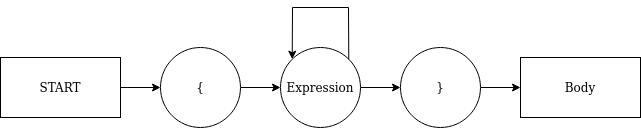
Above: images/parser/rubigo_body_parser_fsm.png in Blinningjr/rubigo-lang (draw.io), before the change. Source tidied: cells renumbered, new cells last; positions are measured from the earlier drawing's top-left corner, leaving out a move shared by most shapes.
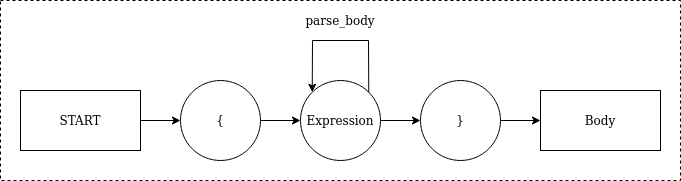
After the change.

Change to the diagram source:
```diff
@@ -2,6 +2,9 @@
   <root>
     <mxCell id="0" />
     <mxCell id="1" parent="0" />
+    <mxCell id="12" style="rounded=0;whiteSpace=wrap;html=1;dashed=1;" parent="1" vertex="1">
+      <mxGeometry x="-20" y="-40" width="680" height="180" as="geometry" />
+    </mxCell>
     <mxCell id="2" style="edgeStyle=orthogonalEdgeStyle;rounded=0;jettySize=auto;html=1;exitX=1;exitY=0.5;exitDx=0;exitDy=0;entryX=0;entryY=0.5;entryDx=0;entryDy=0;" parent="1" edge="1" source="3" target="6">
       <mxGeometry relative="1" as="geometry" />
     </mxCell>
@@ -37,5 +40,8 @@
     <mxCell id="11" value="Body" style="rounded=0;whiteSpace=wrap;html=1;" parent="1" vertex="1">
       <mxGeometry x="520" y="50" width="120" height="60" as="geometry" />
     </mxCell>
+    <mxCell id="13" value="parse_body" style="text;html=1;strokeColor=none;fillColor=none;align=center;verticalAlign=middle;whiteSpace=wrap;rounded=0;dashed=1;" parent="1" vertex="1">
+      <mxGeometry x="300" y="-30" width="40" height="20" as="geometry" />
+    </mxCell>
   </root>
 </mxGraphModel>
```
